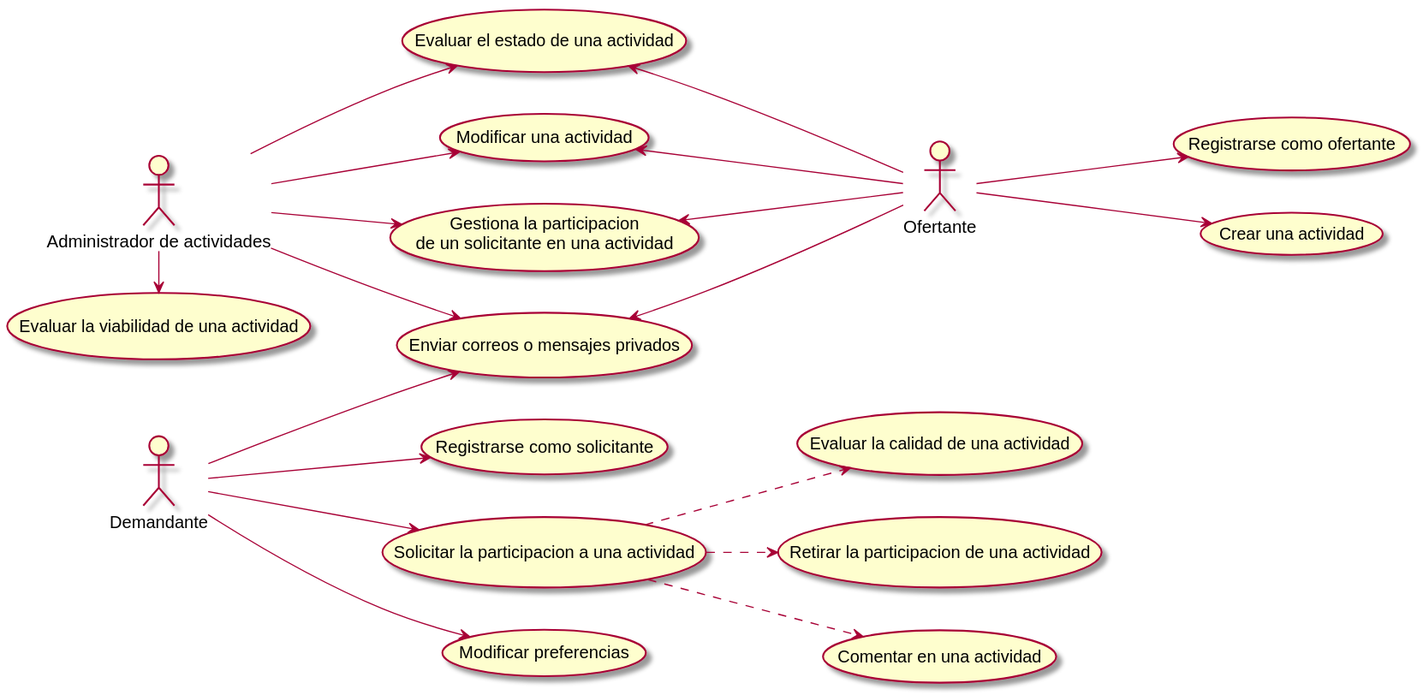
Before: uml/casos_de_uso.svg, a diagram exported from PlantUML (CarlosRA97/AprendizajeServicioVoluntario). The source it was exported from:
```plantuml
@startuml casos_de_uso

actor Admin     as "Administrador de actividades"
actor Demand    as "Demandante"
actor Offer     as "Ofertante"

(Registrarse como solicitante)                  as RegisterDemand
(Registrarse como ofertante)                    as RegisterOffer
(Solicitar la participacion a una actividad)    as RequestActivity
(Evaluar la calidad de una actividad)           as EvaluateQuality
(Evaluar la viabilidad de una actividad)        as EvaluateViability
(Enviar correos o mensajes privados)            as SendMessages
(Retirar la participacion de una actividad)     as RemoveParticipation
(Comentar en una actividad)                     as CommentActivity
(Modificar una actividad)                       as ModifyActivity
(Evaluar el estado de una actividad)            as EvaluateActivityStatus
(Crear una actividad)                           as CreateActivity
(Modificar preferencias)                        as ModifyPrefernces
usecase ManageParticipation as "Gestiona la participacion
de un solicitante en una actividad"


left to right direction

Demand -down-> SendMessages

Demand --> RegisterDemand
Demand --> RequestActivity
Demand --> ModifyPrefernces

RequestActivity ..> EvaluateQuality
RequestActivity ..> RemoveParticipation
RequestActivity ..> CommentActivity

Admin -down-> SendMessages

Admin -right-> EvaluateViability
Admin --> ManageParticipation
Admin --> ModifyActivity
Admin --> EvaluateActivityStatus

Offer -up-> SendMessages

Offer -down-> RegisterOffer
Offer -down-> CreateActivity
Offer -up-> ManageParticipation
Offer -up-> ModifyActivity
Offer -up-> EvaluateActivityStatus

@enduml
```
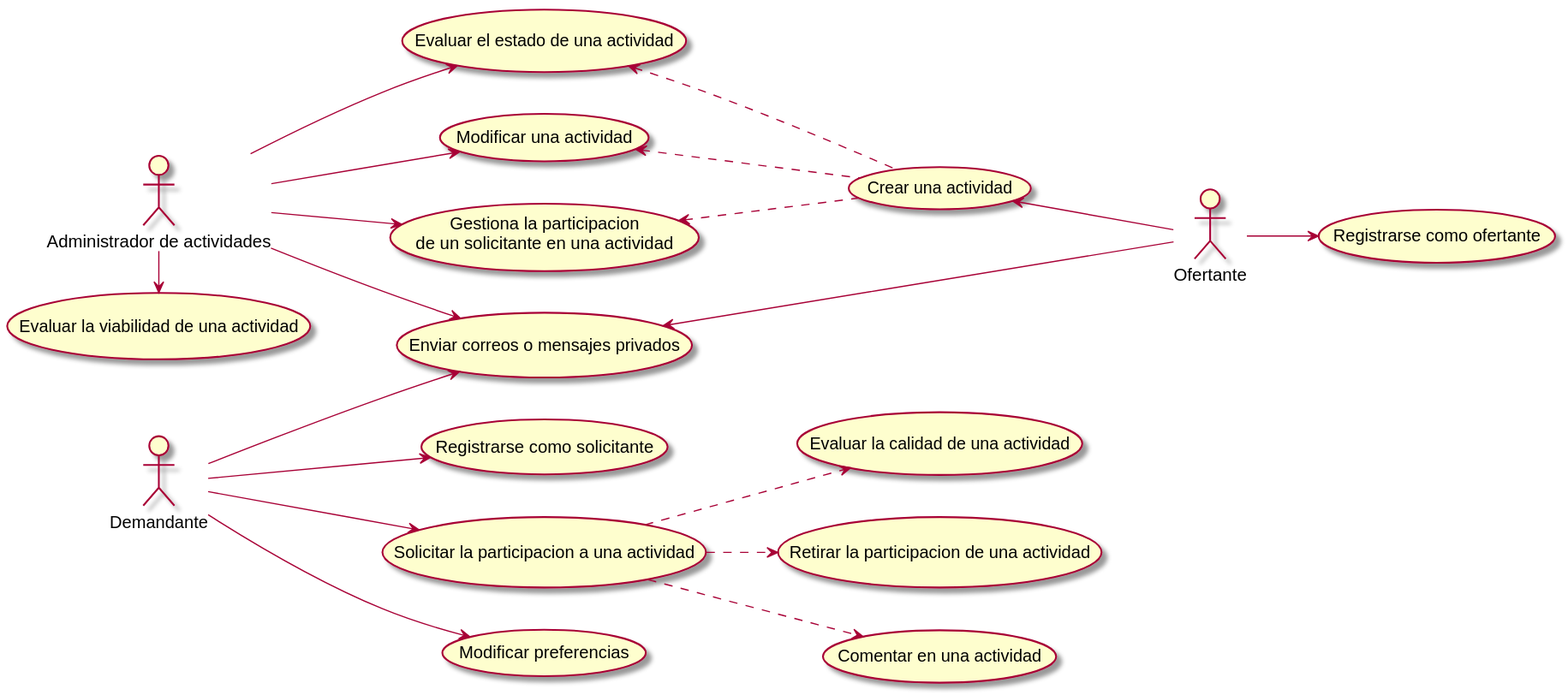
After the change.

Commit message:
:rocket: adding generated diagrams

The edit, as a diff of the source:
```diff
@@ -42,9 +42,10 @@
 Offer -up-> SendMessages
 
 Offer -down-> RegisterOffer
-Offer -down-> CreateActivity
-Offer -up-> ManageParticipation
-Offer -up-> ModifyActivity
-Offer -up-> EvaluateActivityStatus
+Offer -up-> CreateActivity
+
+CreateActivity .up.> ManageParticipation
+CreateActivity .up.> ModifyActivity
+CreateActivity .up.> EvaluateActivityStatus
 
 @enduml
```
